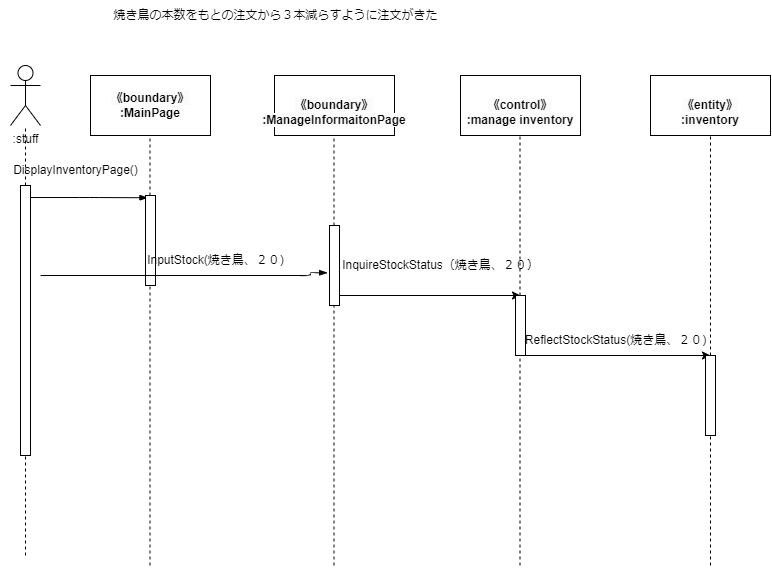
Earlier version of the draw.io export psp4/シーケンス図/シーケンス図_情報変更.drawio.png (MasakiHiguchi/---). Source tidied: cells renumbered, new cells last; positions are measured from the earlier drawing's top-left corner, leaving out a move shared by most shapes.
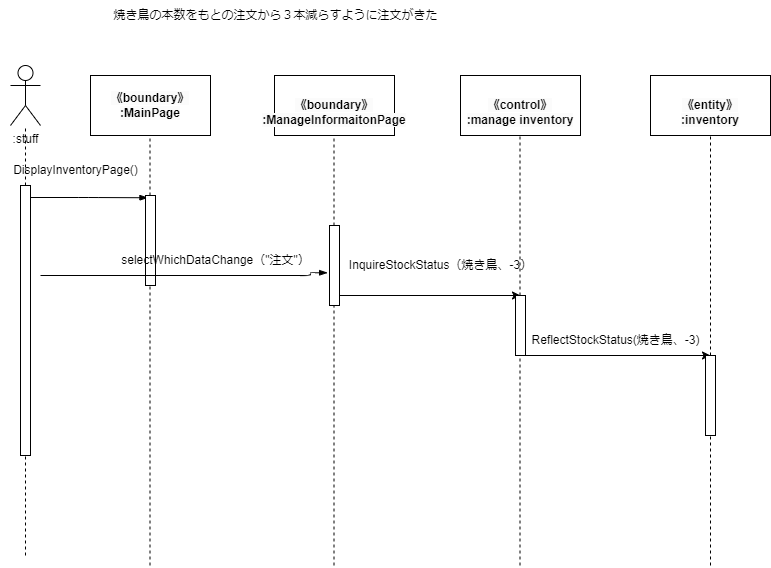
After the change.

Change to the diagram source:
```diff
@@ -85,8 +85,8 @@
         </Array>
       </mxGeometry>
     </mxCell>
-    <mxCell id="22" value="InputStock(焼き鳥、２０)" style="text;html=1;align=center;verticalAlign=middle;strokeColor=none;fillColor=none;" parent="1" vertex="1">
-      <mxGeometry x="135" y="245" width="160" height="30" as="geometry" />
+    <mxCell id="22" value="selectWhichDataChange（&quot;注文&quot;）" style="text;html=1;align=center;verticalAlign=middle;strokeColor=none;fillColor=none;" parent="1" vertex="1">
+      <mxGeometry x="110" y="245" width="210" height="30" as="geometry" />
     </mxCell>
     <mxCell id="23" style="endArrow=none;dashed=1;html=1;" parent="1" edge="1" target="25">
       <mxGeometry relative="1" as="geometry">
@@ -109,11 +109,11 @@
     <mxCell id="27" style="html=1;points=[];perimeter=orthogonalPerimeter;" parent="1" vertex="1">
       <mxGeometry x="705" y="355" width="10" height="80" as="geometry" />
     </mxCell>
-    <mxCell id="28" value="InquireStockStatus（焼き鳥、２０）" style="text;html=1;align=center;verticalAlign=middle;strokeColor=none;fillColor=none;" parent="1" vertex="1">
-      <mxGeometry x="330" y="250" width="220" height="30" as="geometry" />
+    <mxCell id="28" value="InquireStockStatus（焼き鳥、-3）" style="text;html=1;align=center;verticalAlign=middle;strokeColor=none;fillColor=none;" parent="1" vertex="1">
+      <mxGeometry x="335" y="250" width="210" height="30" as="geometry" />
     </mxCell>
-    <mxCell id="29" value="&lt;span style=&quot;text-align: left;&quot;&gt;ReflectStockStatus(焼き鳥、２０)&lt;/span&gt;" style="text;html=1;align=center;verticalAlign=middle;strokeColor=none;fillColor=none;" parent="1" vertex="1">
-      <mxGeometry x="515" y="325" width="200" height="30" as="geometry" />
+    <mxCell id="29" value="&lt;span style=&quot;text-align: left;&quot;&gt;ReflectStockStatus(焼き鳥、-3)&lt;/span&gt;" style="text;html=1;align=center;verticalAlign=middle;strokeColor=none;fillColor=none;" parent="1" vertex="1">
+      <mxGeometry x="520" y="325" width="190" height="30" as="geometry" />
     </mxCell>
     <mxCell id="30" value="焼き鳥の本数をもとの注文から３本減らすように注文がきた" style="text;html=1;align=center;verticalAlign=middle;strokeColor=none;fillColor=none;" parent="1" vertex="1">
       <mxGeometry x="100" width="350" height="30" as="geometry" />
```
